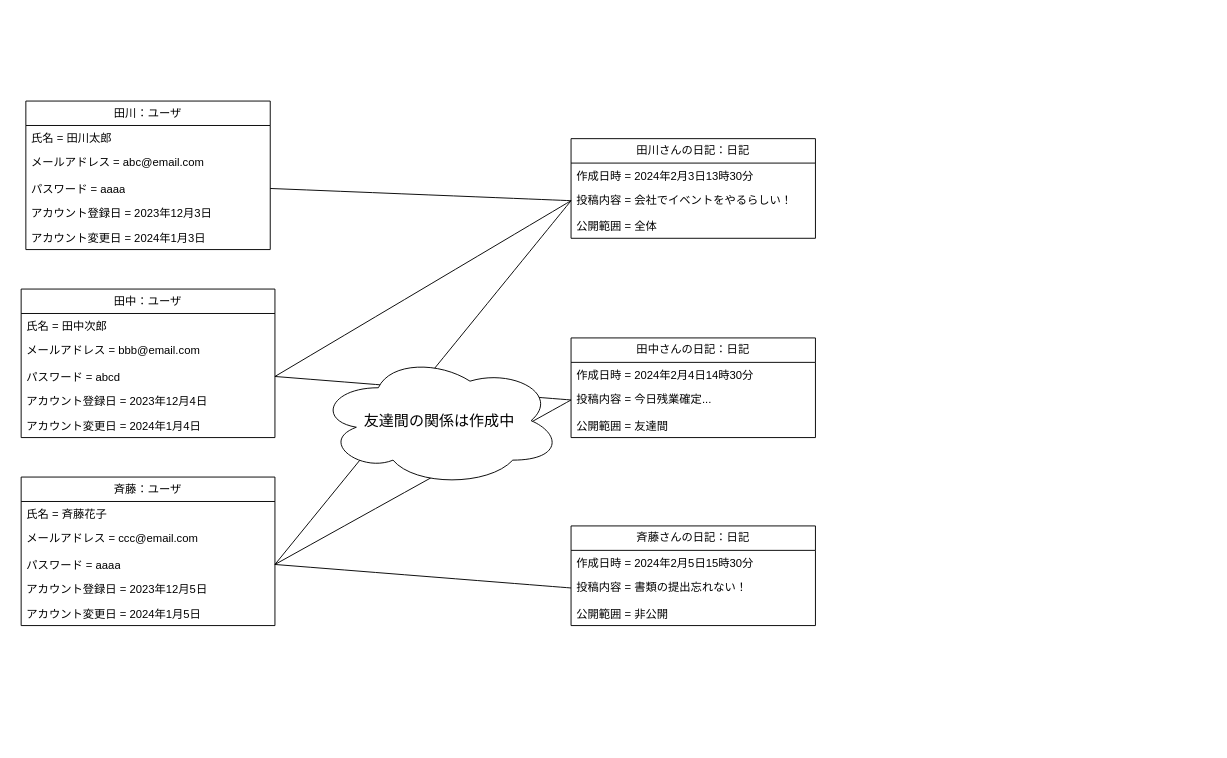
tawainfer/scorpio keeps this draw.io diagram as 概念モデル/06_日記を投稿する/日記を投稿する.drawio. Above is the earlier version. Source tidied: cells renumbered, new cells numbered last; positions are measured from the earlier drawing's top-left corner, leaving out a move shared by most shapes. Both pictures are drawn from the tidied source at 94%, with x=0, y=0 at pixel (21, 101).
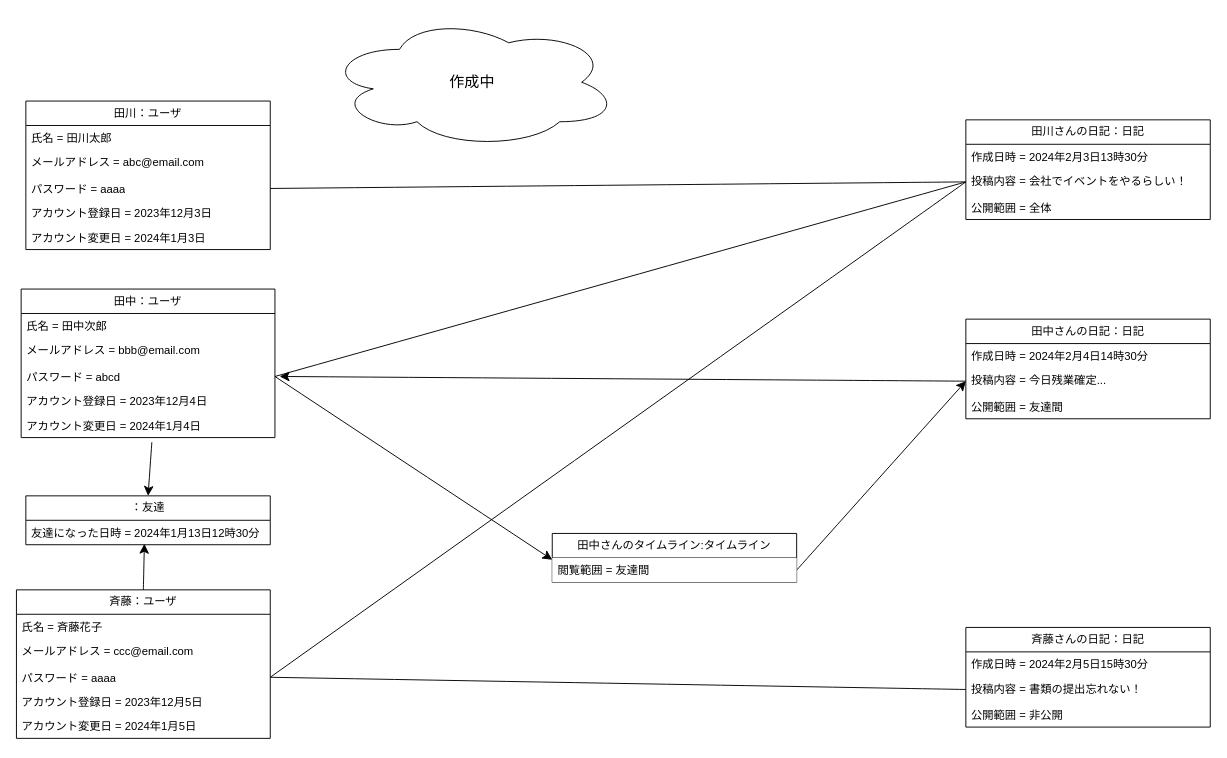
After the change.

Unchanged cells that the change refers to:
```xml
<mxCell id="11" value="パスワード = abcd" style="text;strokeColor=none;fillColor=none;align=left;verticalAlign=top;spacingLeft=4;spacingRight=4;overflow=hidden;points=[[0,0.5],[1,0.5]];portConstraint=eastwest;whiteSpace=wrap;html=1;" parent="8" vertex="1">
  <mxGeometry y="80" width="270" height="26" as="geometry" />
</mxCell>
<mxCell id="13" value="アカウント変更日 = 2024年1月4日" style="text;strokeColor=none;fillColor=none;align=left;verticalAlign=top;spacingLeft=4;spacingRight=4;overflow=hidden;points=[[0,0.5],[1,0.5]];portConstraint=eastwest;whiteSpace=wrap;html=1;" parent="8" vertex="1">
  <mxGeometry y="132" width="270" height="26" as="geometry" />
</mxCell>
<mxCell id="17" value="パスワード = aaaa" style="text;strokeColor=none;fillColor=none;align=left;verticalAlign=top;spacingLeft=4;spacingRight=4;overflow=hidden;points=[[0,0.5],[1,0.5]];portConstraint=eastwest;whiteSpace=wrap;html=1;" parent="14" vertex="1">
  <mxGeometry y="80" width="270" height="26" as="geometry" />
</mxCell>
<mxCell id="26" value="投稿内容 =&amp;nbsp;今日残業確定..." style="text;strokeColor=none;fillColor=none;align=left;verticalAlign=top;spacingLeft=4;spacingRight=4;overflow=hidden;points=[[0,0.5],[1,0.5]];portConstraint=eastwest;whiteSpace=wrap;html=1;" parent="24" vertex="1">
  <mxGeometry y="52" width="260" height="28" as="geometry" />
</mxCell>
```

Change to the diagram source:
```diff
@@
     <mxCell id="14" value="斉藤：ユーザ" style="swimlane;fontStyle=0;horizontal=1;startSize=26;fillColor=none;whiteSpace=wrap;html=1;" parent="1" vertex="1">
-      <mxGeometry y="400" width="270" height="158" as="geometry" />
+      <mxGeometry x="-5" y="520" width="270" height="158" as="geometry" />
     </mxCell>
@@
     <mxCell id="20" value="田川さんの日記：日記" style="swimlane;fontStyle=0;horizontal=1;startSize=26;fillColor=none;whiteSpace=wrap;html=1;" parent="1" vertex="1">
-      <mxGeometry x="585" y="40" width="260" height="106" as="geometry" />
+      <mxGeometry x="1005" y="20" width="260" height="106" as="geometry" />
     </mxCell>
@@
     <mxCell id="24" value="田中さんの日記：日記" style="swimlane;fontStyle=0;horizontal=1;startSize=26;fillColor=none;whiteSpace=wrap;html=1;" parent="1" vertex="1">
-      <mxGeometry x="585" y="252" width="260" height="106" as="geometry" />
+      <mxGeometry x="1005" y="232" width="260" height="106" as="geometry" />
     </mxCell>
@@
     <mxCell id="28" value="斉藤さんの日記：日記" style="swimlane;fontStyle=0;horizontal=1;startSize=26;fillColor=none;whiteSpace=wrap;html=1;" parent="1" vertex="1">
-      <mxGeometry x="585" y="452" width="260" height="106" as="geometry" />
+      <mxGeometry x="1005" y="560" width="260" height="106" as="geometry" />
     </mxCell>
@@
-    <mxCell id="36" style="endArrow=none;html=1;rounded=0;fontSize=12;startSize=8;endSize=8;curved=1;entryX=1;entryY=0.5;entryDx=0;entryDy=0;exitX=0;exitY=0.5;exitDx=0;exitDy=0;" parent="1" edge="1" source="26" target="11">
-      <mxGeometry relative="1" as="geometry" />
-    </mxCell>
-    <mxCell id="37" style="edgeStyle=none;curved=1;rounded=0;jettySize=auto;html=1;exitX=0;exitY=0.5;exitDx=0;exitDy=0;entryX=1;entryY=0.5;entryDx=0;entryDy=0;fontSize=12;startSize=8;endSize=8;endArrow=none;endFill=0;" parent="1" edge="1" source="26" target="17">
-      <mxGeometry relative="1" as="geometry" />
-    </mxCell>
-    <mxCell id="38" value="友達間の関係は作成中" style="ellipse;shape=cloud;whiteSpace=wrap;html=1;fontSize=16;" parent="1" vertex="1">
-      <mxGeometry x="315" y="270" width="260" height="140" as="geometry" />
+    <mxCell id="38" value="作成中" style="ellipse;shape=cloud;whiteSpace=wrap;html=1;fontSize=16;" parent="1" vertex="1">
+      <mxGeometry x="325" y="-90" width="310" height="140" as="geometry" />
     </mxCell>
+    <mxCell id="39" value="：友達" style="swimlane;fontStyle=0;horizontal=1;startSize=26;fillColor=none;whiteSpace=wrap;html=1;" parent="1" vertex="1">
+      <mxGeometry x="5" y="420" width="260" height="52" as="geometry" />
+    </mxCell>
+    <mxCell id="40" value="友達になった日時 =&amp;nbsp;2024年1月13日12時30分" style="text;strokeColor=none;fillColor=none;align=left;verticalAlign=top;spacingLeft=4;spacingRight=4;overflow=hidden;points=[[0,0.5],[1,0.5]];portConstraint=eastwest;whiteSpace=wrap;html=1;" parent="39" vertex="1">
+      <mxGeometry y="26" width="260" height="26" as="geometry" />
+    </mxCell>
+    <mxCell id="41" style="edgeStyle=none;curved=1;rounded=0;jettySize=auto;html=1;exitX=0.515;exitY=1.192;exitDx=0;exitDy=0;entryX=0.5;entryY=0;entryDx=0;entryDy=0;fontSize=12;startSize=8;endSize=8;exitPerimeter=0;" parent="1" edge="1" source="13" target="39">
+      <mxGeometry relative="1" as="geometry" />
+    </mxCell>
+    <mxCell id="42" style="edgeStyle=none;curved=1;rounded=0;jettySize=auto;html=1;exitX=0.5;exitY=0;exitDx=0;exitDy=0;entryX=0.485;entryY=0.962;entryDx=0;entryDy=0;fontSize=12;startSize=8;endSize=8;entryPerimeter=0;" parent="1" edge="1" source="14" target="40">
+      <mxGeometry relative="1" as="geometry" />
+    </mxCell>
+    <mxCell id="43" style="edgeStyle=none;curved=1;rounded=0;jettySize=auto;html=1;exitX=0;exitY=0.5;exitDx=0;exitDy=0;fontSize=12;startSize=8;endSize=8;" parent="1" edge="1" source="26">
+      <mxGeometry relative="1" as="geometry">
+        <mxPoint x="275" y="293" as="targetPoint" />
+      </mxGeometry>
+    </mxCell>
+    <mxCell id="44" style="edgeStyle=none;curved=1;rounded=0;jettySize=auto;html=1;exitX=1;exitY=0.5;exitDx=0;exitDy=0;entryX=0;entryY=0.077;entryDx=0;entryDy=0;entryPerimeter=0;fontSize=12;startSize=8;endSize=8;" parent="1" edge="1" source="11" target="47">
+      <mxGeometry relative="1" as="geometry" />
+    </mxCell>
+    <mxCell id="45" style="edgeStyle=none;curved=1;rounded=0;jettySize=auto;html=1;exitX=1;exitY=0.75;exitDx=0;exitDy=0;entryX=0;entryY=0.5;entryDx=0;entryDy=0;fontSize=12;startSize=8;endSize=8;" parent="1" edge="1" source="46" target="26">
+      <mxGeometry relative="1" as="geometry" />
+    </mxCell>
+    <mxCell id="46" value="田中さんのタイムライン:タイムライン" style="swimlane;fontStyle=0;horizontal=1;startSize=26;fillColor=default;whiteSpace=wrap;html=1;" parent="1" vertex="1">
+      <mxGeometry x="565" y="460" width="260" height="52" as="geometry" />
+    </mxCell>
+    <mxCell id="47" value="閲覧範囲 = 友達間" style="text;strokeColor=none;fillColor=default;align=left;verticalAlign=top;spacingLeft=4;spacingRight=4;overflow=hidden;points=[[0,0.5],[1,0.5]];portConstraint=eastwest;whiteSpace=wrap;html=1;" parent="46" vertex="1">
+      <mxGeometry y="26" width="260" height="26" as="geometry" />
+    </mxCell>
```
